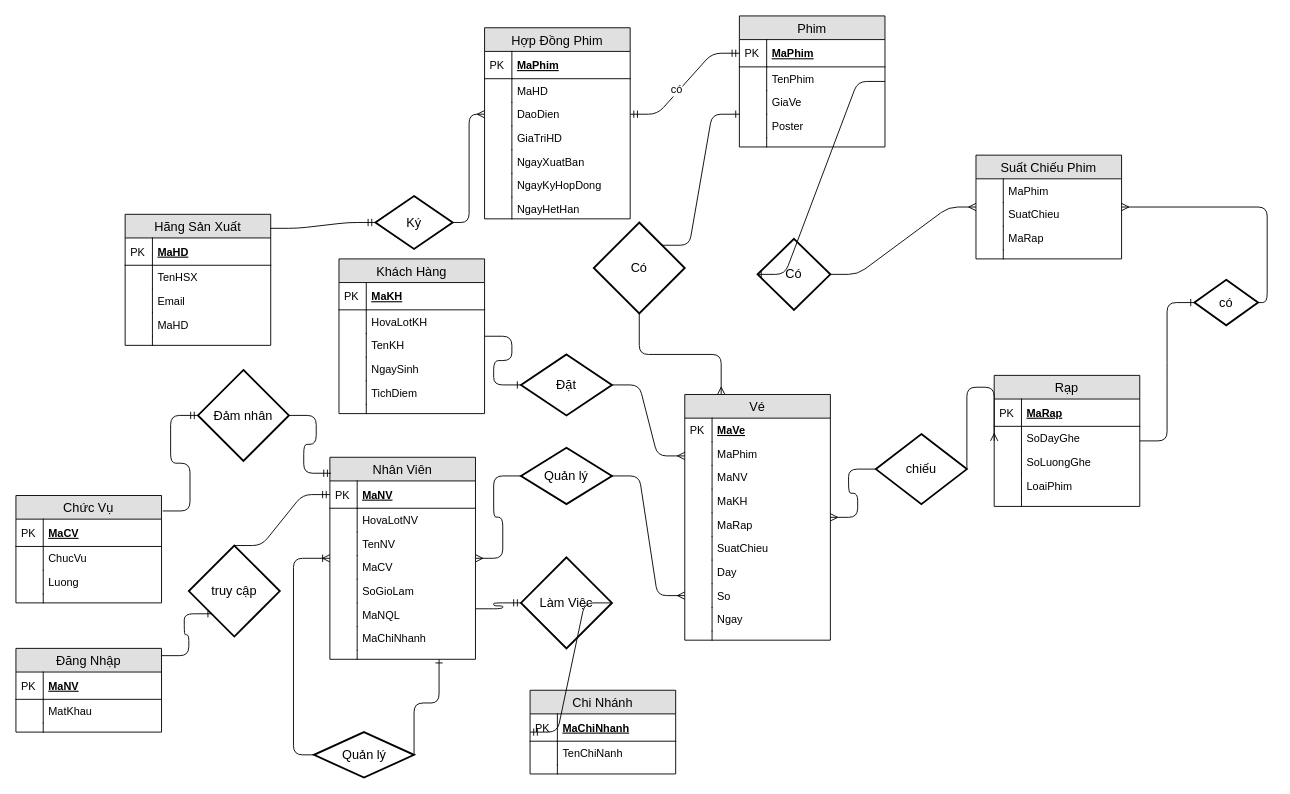
The draw.io diagram dbms pro/erd.drawio in sonphan18071999/DTB_Rap_Phim_K17, before the edit. Source tidied: cells renumbered, new cells numbered last; positions are measured from the earlier drawing's top-left corner, leaving out a move shared by most shapes. Both pictures are drawn from the tidied source at 91%, with x=0, y=0 at pixel (15, 15).
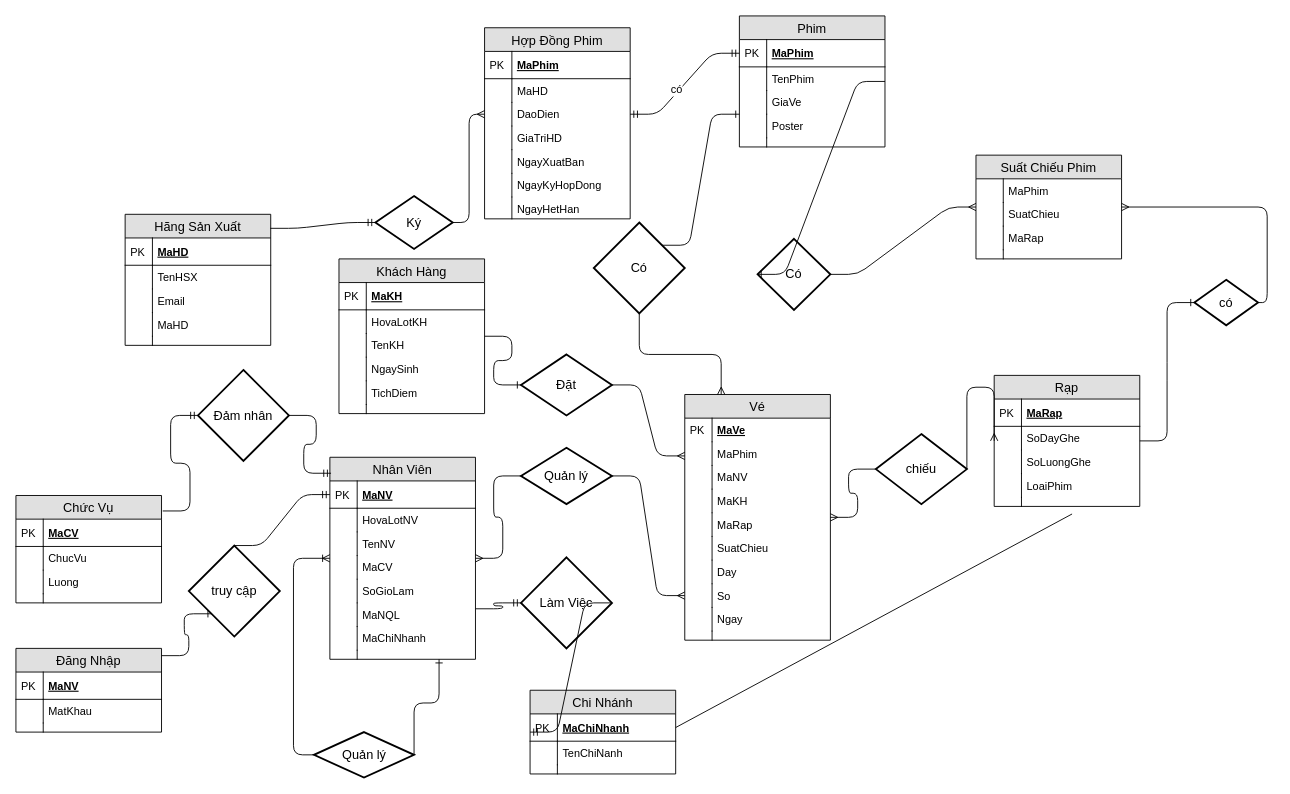
The same page after the edit.

The change refers to these unchanged cells:
```xml
<mxCell id="65" style="shape=partialRectangle;top=0;left=0;right=0;bottom=0;align=left;verticalAlign=top;fillColor=none;spacingLeft=34;spacingRight=4;overflow=hidden;points=[[0,0.5],[1,0.5]];portConstraint=eastwest;fontSize=12;" parent="56" vertex="1">
  <mxGeometry y="134" width="160" height="10" as="geometry" />
</mxCell>
<mxCell id="133" value="MaChiNhanh" style="shape=partialRectangle;top=0;left=0;right=0;bottom=1;align=left;verticalAlign=middle;fillColor=none;spacingLeft=34;spacingRight=4;overflow=hidden;points=[[0,0.5],[1,0.5]];portConstraint=eastwest;fontStyle=5;fontSize=12;" parent="132" vertex="1">
  <mxGeometry y="26" width="160" height="30" as="geometry" />
</mxCell>
```

Diff of the diagram source:
```diff
@@
+    <mxCell id="169" style="endArrow=none;html=1;entryX=0.535;entryY=1.833;entryDx=0;entryDy=0;entryPerimeter=0;exitX=1;exitY=0.5;exitDx=0;exitDy=0;" parent="1" edge="1" source="133" target="65">
+      <mxGeometry relative="1" as="geometry" />
+    </mxCell>
```
